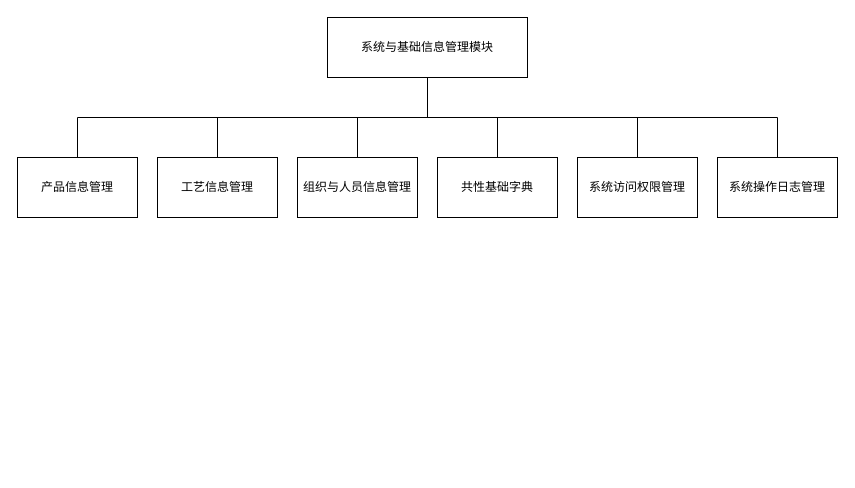
joker20020/ERP keeps this draw.io diagram as xt/图片/系统与基础信息管理模块.drawio. Above is the earlier version. Source tidied: cells renumbered, new cells numbered last; positions are measured from the earlier drawing's top-left corner, leaving out a move shared by most shapes. Both pictures are drawn from the tidied source at 100%, with x=0, y=0 at pixel (17, 17).
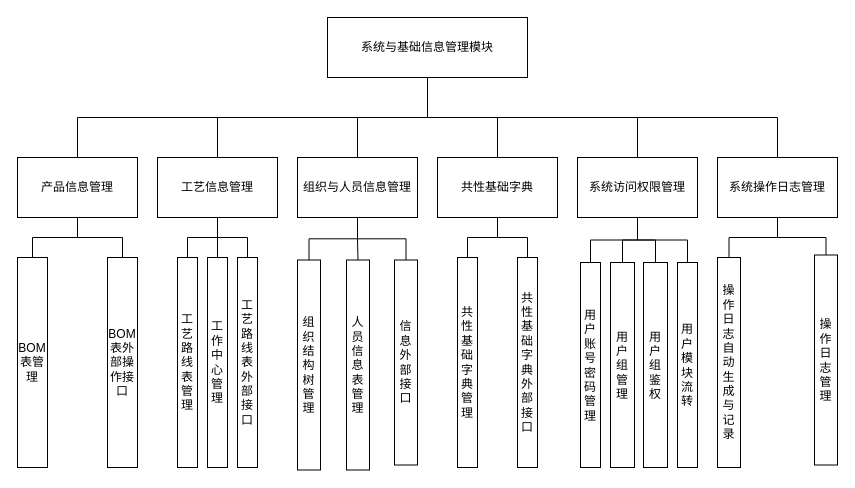
The same diagram, later.

The change refers to these unchanged cells:
```xml
<mxCell id="9" value="产品信息管理" style="rounded=0;whiteSpace=wrap;html=1;" parent="1" vertex="1">
  <mxGeometry y="140" width="120" height="60" as="geometry" />
</mxCell>
<mxCell id="10" value="工艺信息管理" style="rounded=0;whiteSpace=wrap;html=1;" parent="1" vertex="1">
  <mxGeometry x="140" y="140" width="120" height="60" as="geometry" />
</mxCell>
<mxCell id="11" value="组织与人员信息管理" style="rounded=0;whiteSpace=wrap;html=1;" parent="1" vertex="1">
  <mxGeometry x="280" y="140" width="120" height="60" as="geometry" />
</mxCell>
<mxCell id="12" value="共性基础字典" style="rounded=0;whiteSpace=wrap;html=1;" parent="1" vertex="1">
  <mxGeometry x="420" y="140" width="120" height="60" as="geometry" />
</mxCell>
<mxCell id="13" value="系统访问权限管理" style="rounded=0;whiteSpace=wrap;html=1;" parent="1" vertex="1">
  <mxGeometry x="560" y="140" width="120" height="60" as="geometry" />
</mxCell>
<mxCell id="14" value="系统操作日志管理" style="rounded=0;whiteSpace=wrap;html=1;" parent="1" vertex="1">
  <mxGeometry x="700" y="140" width="120" height="60" as="geometry" />
</mxCell>
```

The edit, as a diff of the source:
```diff
@@
+    <mxCell id="15" style="edgeStyle=orthogonalEdgeStyle;rounded=0;jettySize=auto;html=1;exitX=0.5;exitY=1;exitDx=0;exitDy=0;entryX=0.5;entryY=0;entryDx=0;entryDy=0;endArrow=none;endFill=0;" parent="1" edge="1" source="9" target="33">
+      <mxGeometry relative="1" as="geometry" />
+    </mxCell>
+    <mxCell id="16" style="edgeStyle=orthogonalEdgeStyle;rounded=0;jettySize=auto;html=1;exitX=0.5;exitY=1;exitDx=0;exitDy=0;entryX=0.5;entryY=0;entryDx=0;entryDy=0;endArrow=none;endFill=0;" parent="1" edge="1" source="9" target="34">
+      <mxGeometry relative="1" as="geometry" />
+    </mxCell>
@@
+    <mxCell id="17" style="edgeStyle=orthogonalEdgeStyle;rounded=0;jettySize=auto;html=1;exitX=0.5;exitY=1;exitDx=0;exitDy=0;entryX=0.5;entryY=0;entryDx=0;entryDy=0;endArrow=none;endFill=0;" parent="1" edge="1" source="10" target="35">
+      <mxGeometry relative="1" as="geometry" />
+    </mxCell>
+    <mxCell id="18" style="edgeStyle=orthogonalEdgeStyle;rounded=0;jettySize=auto;html=1;exitX=0.5;exitY=1;exitDx=0;exitDy=0;endArrow=none;endFill=0;" parent="1" edge="1" source="10" target="37">
+      <mxGeometry relative="1" as="geometry" />
+    </mxCell>
+    <mxCell id="19" style="edgeStyle=orthogonalEdgeStyle;rounded=0;jettySize=auto;html=1;exitX=0.5;exitY=1;exitDx=0;exitDy=0;entryX=0.5;entryY=0;entryDx=0;entryDy=0;endArrow=none;endFill=0;" parent="1" edge="1" source="10" target="36">
+      <mxGeometry relative="1" as="geometry" />
+    </mxCell>
@@
+    <mxCell id="20" style="edgeStyle=orthogonalEdgeStyle;rounded=0;jettySize=auto;html=1;exitX=0.5;exitY=1;exitDx=0;exitDy=0;entryX=0.5;entryY=0;entryDx=0;entryDy=0;endArrow=none;endFill=0;" parent="1" edge="1" source="11" target="44">
+      <mxGeometry relative="1" as="geometry" />
+    </mxCell>
+    <mxCell id="21" style="edgeStyle=orthogonalEdgeStyle;rounded=0;jettySize=auto;html=1;exitX=0.5;exitY=1;exitDx=0;exitDy=0;entryX=0.5;entryY=0;entryDx=0;entryDy=0;endArrow=none;endFill=0;" parent="1" edge="1" source="11" target="45">
+      <mxGeometry relative="1" as="geometry" />
+    </mxCell>
+    <mxCell id="22" style="edgeStyle=orthogonalEdgeStyle;rounded=0;jettySize=auto;html=1;exitX=0.5;exitY=1;exitDx=0;exitDy=0;entryX=0.5;entryY=0;entryDx=0;entryDy=0;endArrow=none;endFill=0;" parent="1" edge="1" source="11" target="46">
+      <mxGeometry relative="1" as="geometry" />
+    </mxCell>
@@
+    <mxCell id="23" style="edgeStyle=orthogonalEdgeStyle;rounded=0;jettySize=auto;html=1;exitX=0.5;exitY=1;exitDx=0;exitDy=0;endArrow=none;endFill=0;" parent="1" edge="1" source="12" target="38">
+      <mxGeometry relative="1" as="geometry" />
+    </mxCell>
+    <mxCell id="24" style="edgeStyle=orthogonalEdgeStyle;rounded=0;jettySize=auto;html=1;exitX=0.5;exitY=1;exitDx=0;exitDy=0;endArrow=none;endFill=0;" parent="1" edge="1" source="12" target="39">
+      <mxGeometry relative="1" as="geometry" />
+    </mxCell>
@@
+    <mxCell id="25" style="edgeStyle=orthogonalEdgeStyle;rounded=0;jettySize=auto;html=1;exitX=0.5;exitY=1;exitDx=0;exitDy=0;entryX=0.5;entryY=0;entryDx=0;entryDy=0;endArrow=none;endFill=0;" parent="1" edge="1" source="13" target="40">
+      <mxGeometry relative="1" as="geometry" />
+    </mxCell>
+    <mxCell id="26" style="edgeStyle=orthogonalEdgeStyle;rounded=0;jettySize=auto;html=1;exitX=0.5;exitY=1;exitDx=0;exitDy=0;entryX=0.5;entryY=0;entryDx=0;entryDy=0;endArrow=none;endFill=0;" parent="1" edge="1" source="13" target="41">
+      <mxGeometry relative="1" as="geometry" />
+    </mxCell>
+    <mxCell id="27" style="edgeStyle=orthogonalEdgeStyle;rounded=0;jettySize=auto;html=1;exitX=0.5;exitY=1;exitDx=0;exitDy=0;entryX=0.5;entryY=0;entryDx=0;entryDy=0;endArrow=none;endFill=0;" parent="1" edge="1" source="13" target="42">
+      <mxGeometry relative="1" as="geometry" />
+    </mxCell>
+    <mxCell id="28" style="edgeStyle=orthogonalEdgeStyle;rounded=0;jettySize=auto;html=1;exitX=0.5;exitY=1;exitDx=0;exitDy=0;entryX=0.5;entryY=0;entryDx=0;entryDy=0;endArrow=none;endFill=0;" parent="1" edge="1" source="13" target="43">
+      <mxGeometry relative="1" as="geometry" />
+    </mxCell>
@@
+    <mxCell id="29" style="edgeStyle=orthogonalEdgeStyle;rounded=0;jettySize=auto;html=1;exitX=0.5;exitY=1;exitDx=0;exitDy=0;endArrow=none;endFill=0;" parent="1" edge="1" source="14" target="31">
+      <mxGeometry relative="1" as="geometry" />
+    </mxCell>
+    <mxCell id="30" style="edgeStyle=orthogonalEdgeStyle;rounded=0;jettySize=auto;html=1;exitX=0.5;exitY=1;exitDx=0;exitDy=0;entryX=0.5;entryY=0;entryDx=0;entryDy=0;endArrow=none;endFill=0;" parent="1" edge="1" source="14" target="32">
+      <mxGeometry relative="1" as="geometry" />
+    </mxCell>
@@
+    <mxCell id="31" value="操作日志自动生成与记录" style="rounded=0;whiteSpace=wrap;html=1;" parent="1" vertex="1">
+      <mxGeometry x="700" y="240" width="23" height="210" as="geometry" />
+    </mxCell>
+    <mxCell id="32" value="操作日志管理" style="rounded=0;whiteSpace=wrap;html=1;" parent="1" vertex="1">
+      <mxGeometry x="797" y="237.5" width="23" height="210" as="geometry" />
+    </mxCell>
+    <mxCell id="33" value="BOM表管理" style="rounded=0;whiteSpace=wrap;html=1;" parent="1" vertex="1">
+      <mxGeometry y="240" width="30" height="210" as="geometry" />
+    </mxCell>
+    <mxCell id="34" value="BOM表外部操作接口" style="rounded=0;whiteSpace=wrap;html=1;horizontal=1;" parent="1" vertex="1">
+      <mxGeometry x="90" y="240" width="30" height="210" as="geometry" />
+    </mxCell>
+    <mxCell id="35" value="工艺路线表管理" style="rounded=0;whiteSpace=wrap;html=1;" parent="1" vertex="1">
+      <mxGeometry x="160" y="240" width="20" height="210" as="geometry" />
+    </mxCell>
+    <mxCell id="36" value="工艺路线表外部接口" style="rounded=0;whiteSpace=wrap;html=1;" parent="1" vertex="1">
+      <mxGeometry x="220" y="240" width="20" height="210" as="geometry" />
+    </mxCell>
+    <mxCell id="37" value="工作中心管理" style="rounded=0;whiteSpace=wrap;html=1;" parent="1" vertex="1">
+      <mxGeometry x="190" y="240" width="20" height="210" as="geometry" />
+    </mxCell>
+    <mxCell id="38" value="共性基础字典管理" style="rounded=0;whiteSpace=wrap;html=1;" parent="1" vertex="1">
+      <mxGeometry x="440" y="240" width="20" height="210" as="geometry" />
+    </mxCell>
+    <mxCell id="39" value="共性基础字典外部接口" style="rounded=0;whiteSpace=wrap;html=1;" parent="1" vertex="1">
+      <mxGeometry x="500" y="240" width="20" height="210" as="geometry" />
+    </mxCell>
+    <mxCell id="40" value="用户账号密码管理" style="rounded=0;whiteSpace=wrap;html=1;" parent="1" vertex="1">
+      <mxGeometry x="563" y="245" width="20" height="205" as="geometry" />
+    </mxCell>
+    <mxCell id="41" value="用户组管理" style="rounded=0;whiteSpace=wrap;html=1;" parent="1" vertex="1">
+      <mxGeometry x="593" y="245" width="24" height="205" as="geometry" />
+    </mxCell>
+    <mxCell id="42" value="用户组鉴权" style="rounded=0;whiteSpace=wrap;html=1;" parent="1" vertex="1">
+      <mxGeometry x="626" y="245" width="24" height="205" as="geometry" />
+    </mxCell>
+    <mxCell id="43" value="用户模块流转" style="rounded=0;whiteSpace=wrap;html=1;" parent="1" vertex="1">
+      <mxGeometry x="660" y="245" width="20" height="205" as="geometry" />
+    </mxCell>
+    <mxCell id="44" value="组织结构树管理" style="rounded=0;whiteSpace=wrap;html=1;" parent="1" vertex="1">
+      <mxGeometry x="280" y="242.5" width="23" height="210" as="geometry" />
+    </mxCell>
+    <mxCell id="45" value="人员信息表管理" style="rounded=0;whiteSpace=wrap;html=1;" parent="1" vertex="1">
+      <mxGeometry x="329" y="242.5" width="23" height="210" as="geometry" />
+    </mxCell>
+    <mxCell id="46" value="信息外部接口" style="rounded=0;whiteSpace=wrap;html=1;" parent="1" vertex="1">
+      <mxGeometry x="377" y="242.5" width="23" height="205" as="geometry" />
+    </mxCell>
```
